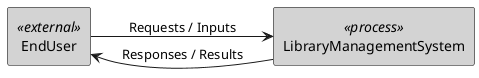
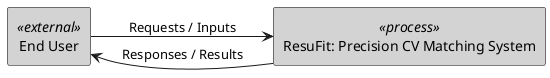
@startuml
left to right direction
skinparam rectangle {
  BackgroundColor LightGray
  BorderColor Black
}
skinparam package {
  BackgroundColor White
}
- rectangle "EndUser" as EndUser <<external>>
- rectangle "LibraryManagementSystem" as LibraryManagementSystem <<process>>
- EndUser --> LibraryManagementSystem : Requests / Inputs
- LibraryManagementSystem --> EndUser : Responses / Results
+ rectangle "End User" <<external>>
+ rectangle "ResuFit: Precision CV Matching System" <<process>>
+ "End User" --> "ResuFit: Precision CV Matching System" : Requests / Inputs
+ "ResuFit: Precision CV Matching System" --> "End User" : Responses / Results
@enduml